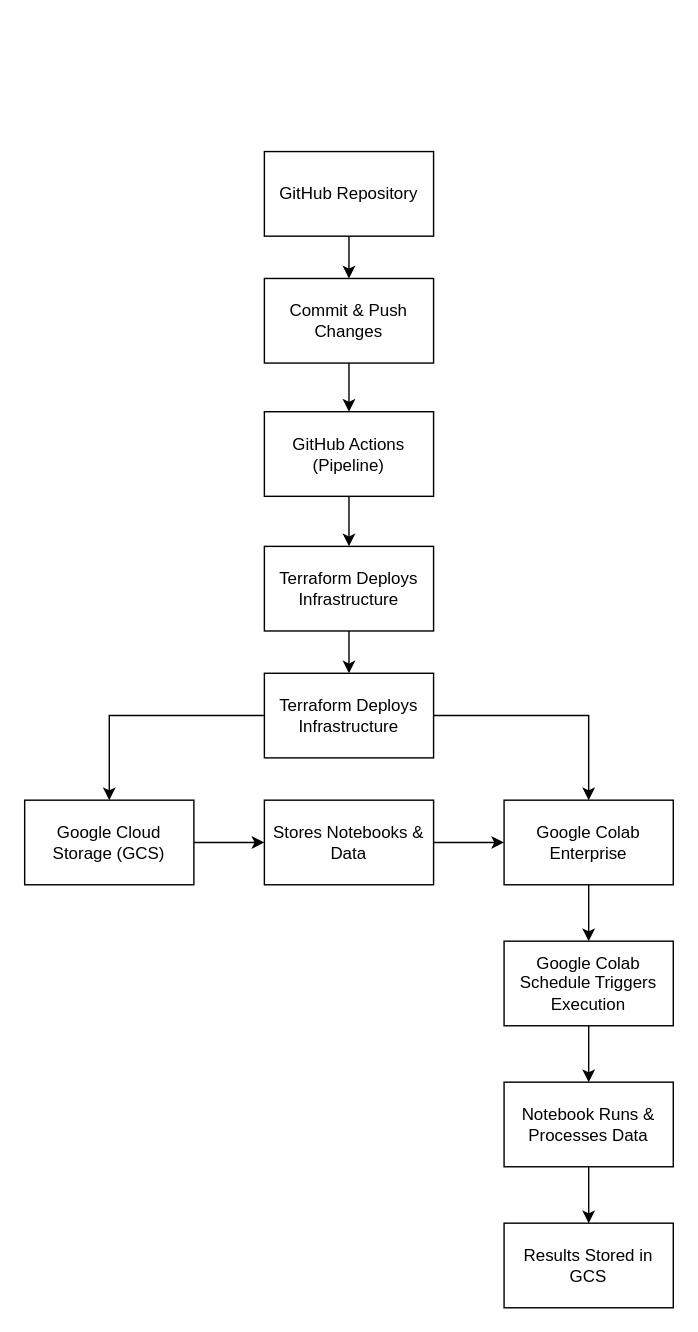
Before: page "PIPELINE" (2 of 4) of Google_Meridian_GCP.drawio in PerpetualTechnologies/meridian-gcp-infra, a draw.io diagram. Source tidied: cells renumbered, new cells numbered last; positions are measured from the earlier drawing's top-left corner, leaving out a move shared by most shapes. Both pictures are drawn from the tidied source at 141%, with x=0, y=0 at pixel (24, 151).
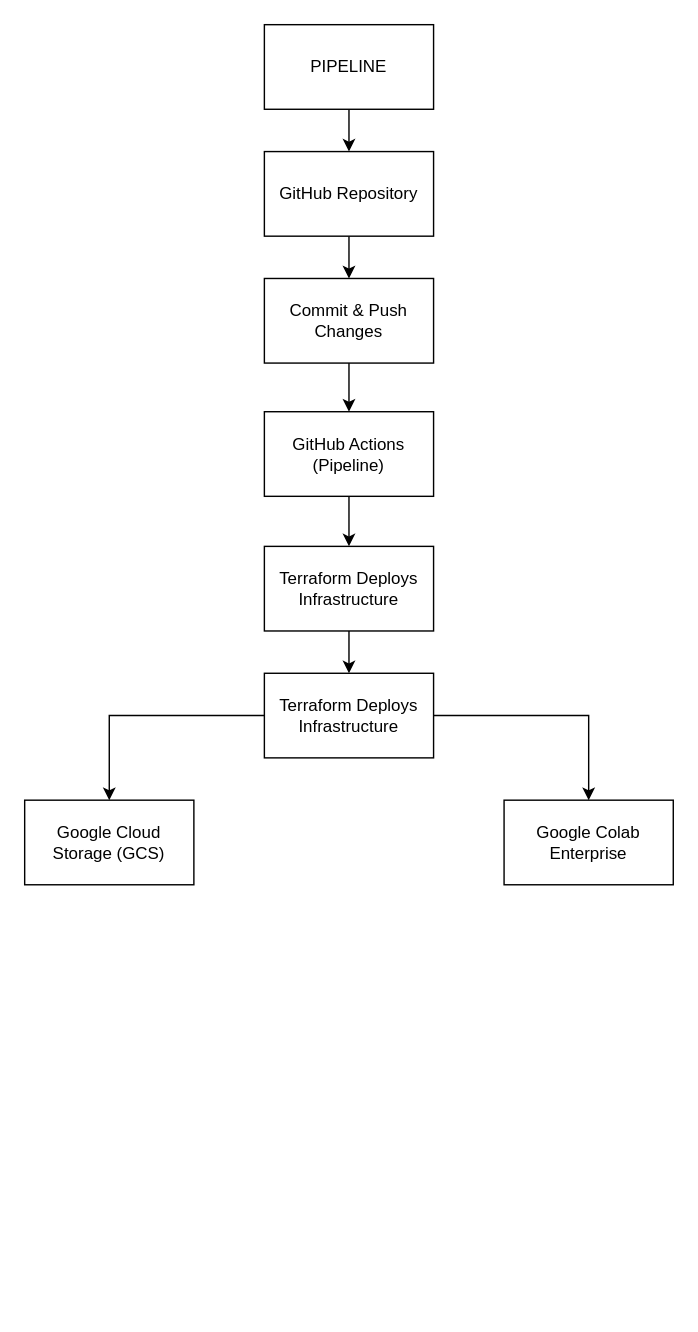
The same diagram, later.

Unchanged cells that the change refers to:
```xml
<mxCell id="3" value="GitHub Repository" style="rounded=0;whiteSpace=wrap;html=1;" parent="1" vertex="1">
  <mxGeometry x="170" width="120" height="60" as="geometry" />
</mxCell>
<mxCell id="14" value="Google Cloud Storage (GCS)" style="rounded=0;whiteSpace=wrap;html=1;" parent="1" vertex="1">
  <mxGeometry y="460" width="120" height="60" as="geometry" />
</mxCell>
<mxCell id="18" value="Google Colab Enterprise" style="rounded=0;whiteSpace=wrap;html=1;" parent="1" vertex="1">
  <mxGeometry x="340" y="460" width="120" height="60" as="geometry" />
</mxCell>
```

Change to the diagram source:
```diff
@@
-    <mxCell id="13" style="edgeStyle=orthogonalEdgeStyle;rounded=0;jettySize=auto;html=1;entryX=0;entryY=0.5;entryDx=0;entryDy=0;" parent="1" edge="1" source="14" target="16">
-      <mxGeometry relative="1" as="geometry" />
-    </mxCell>
@@
-    <mxCell id="15" style="edgeStyle=orthogonalEdgeStyle;rounded=0;jettySize=auto;html=1;entryX=0;entryY=0.5;entryDx=0;entryDy=0;" parent="1" edge="1" source="16" target="18">
-      <mxGeometry relative="1" as="geometry" />
-    </mxCell>
-    <mxCell id="16" value="Stores Notebooks &amp;amp; Data" style="rounded=0;whiteSpace=wrap;html=1;" parent="1" vertex="1">
-      <mxGeometry x="170" y="460" width="120" height="60" as="geometry" />
-    </mxCell>
-    <mxCell id="17" style="edgeStyle=orthogonalEdgeStyle;rounded=0;jettySize=auto;html=1;" parent="1" edge="1" source="18" target="20">
-      <mxGeometry relative="1" as="geometry" />
-    </mxCell>
@@
-    <mxCell id="19" style="edgeStyle=orthogonalEdgeStyle;rounded=0;jettySize=auto;html=1;" parent="1" edge="1" source="20" target="22">
-      <mxGeometry relative="1" as="geometry" />
-    </mxCell>
-    <mxCell id="20" value="Google Colab Schedule Triggers Execution" style="rounded=0;whiteSpace=wrap;html=1;" parent="1" vertex="1">
-      <mxGeometry x="340" y="560" width="120" height="60" as="geometry" />
-    </mxCell>
-    <mxCell id="21" style="edgeStyle=orthogonalEdgeStyle;rounded=0;jettySize=auto;html=1;entryX=0.5;entryY=0;entryDx=0;entryDy=0;" parent="1" edge="1" source="22" target="23">
-      <mxGeometry relative="1" as="geometry" />
-    </mxCell>
-    <mxCell id="22" value="Notebook Runs &amp;amp; Processes Data" style="rounded=0;whiteSpace=wrap;html=1;" parent="1" vertex="1">
-      <mxGeometry x="340" y="660" width="120" height="60" as="geometry" />
-    </mxCell>
-    <mxCell id="23" value="Results Stored in GCS" style="rounded=0;whiteSpace=wrap;html=1;" parent="1" vertex="1">
-      <mxGeometry x="340" y="760" width="120" height="60" as="geometry" />
-    </mxCell>
+    <mxCell id="24" style="edgeStyle=orthogonalEdgeStyle;rounded=0;jettySize=auto;html=1;" parent="1" edge="1" source="25" target="3">
+      <mxGeometry relative="1" as="geometry" />
+    </mxCell>
+    <mxCell id="25" value="PIPELINE" style="rounded=0;whiteSpace=wrap;html=1;" parent="1" vertex="1">
+      <mxGeometry x="170" y="-90" width="120" height="60" as="geometry" />
+    </mxCell>
```
